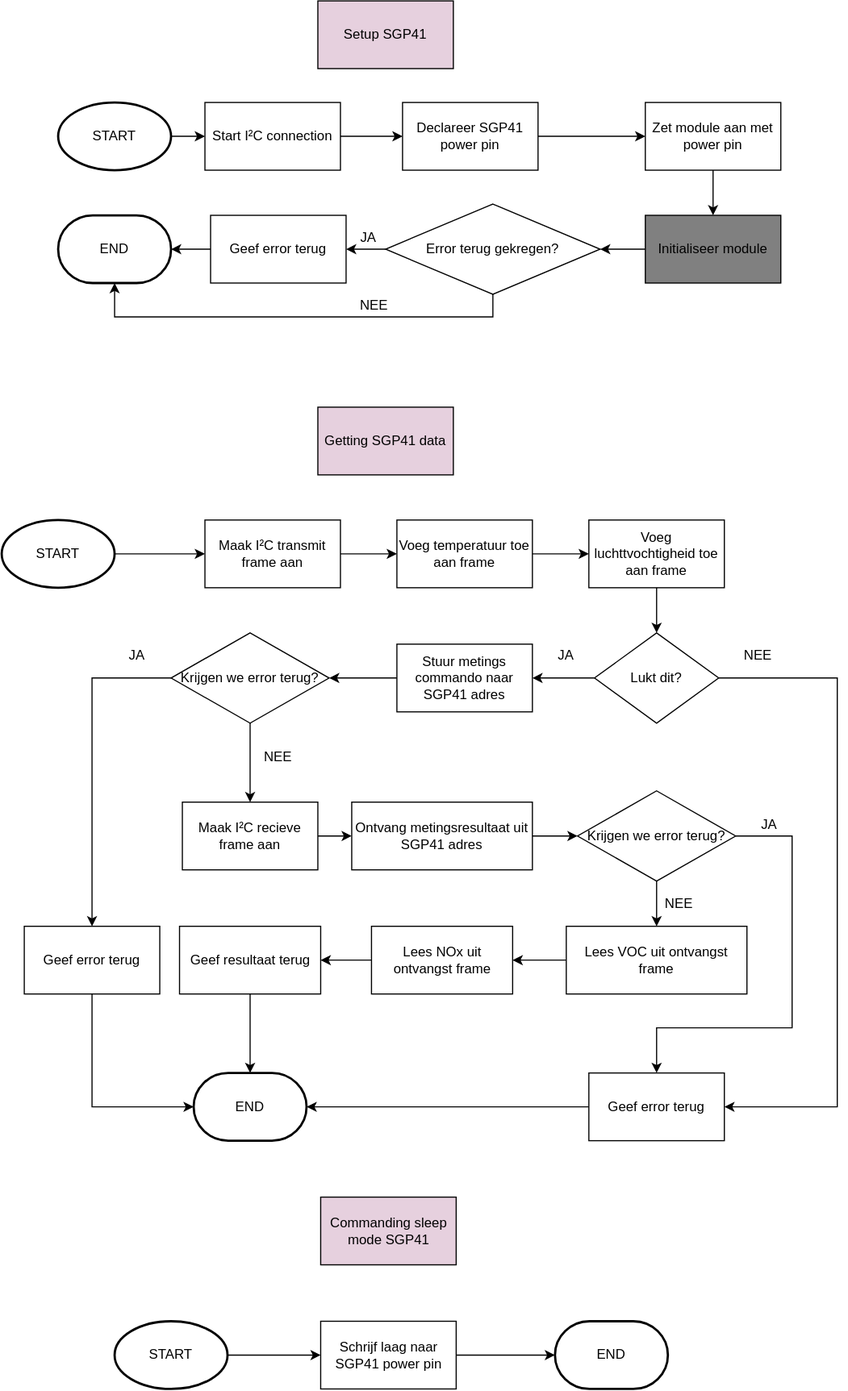
The draw.io diagram assets/FlowChart-SGP41-D-R4.svg in 747oli/Luchtkwaliteitssensor_analyse, before a commit. Source tidied: cells renumbered, new cells last; positions are measured from the earlier drawing's top-left corner, leaving out a move shared by most shapes.
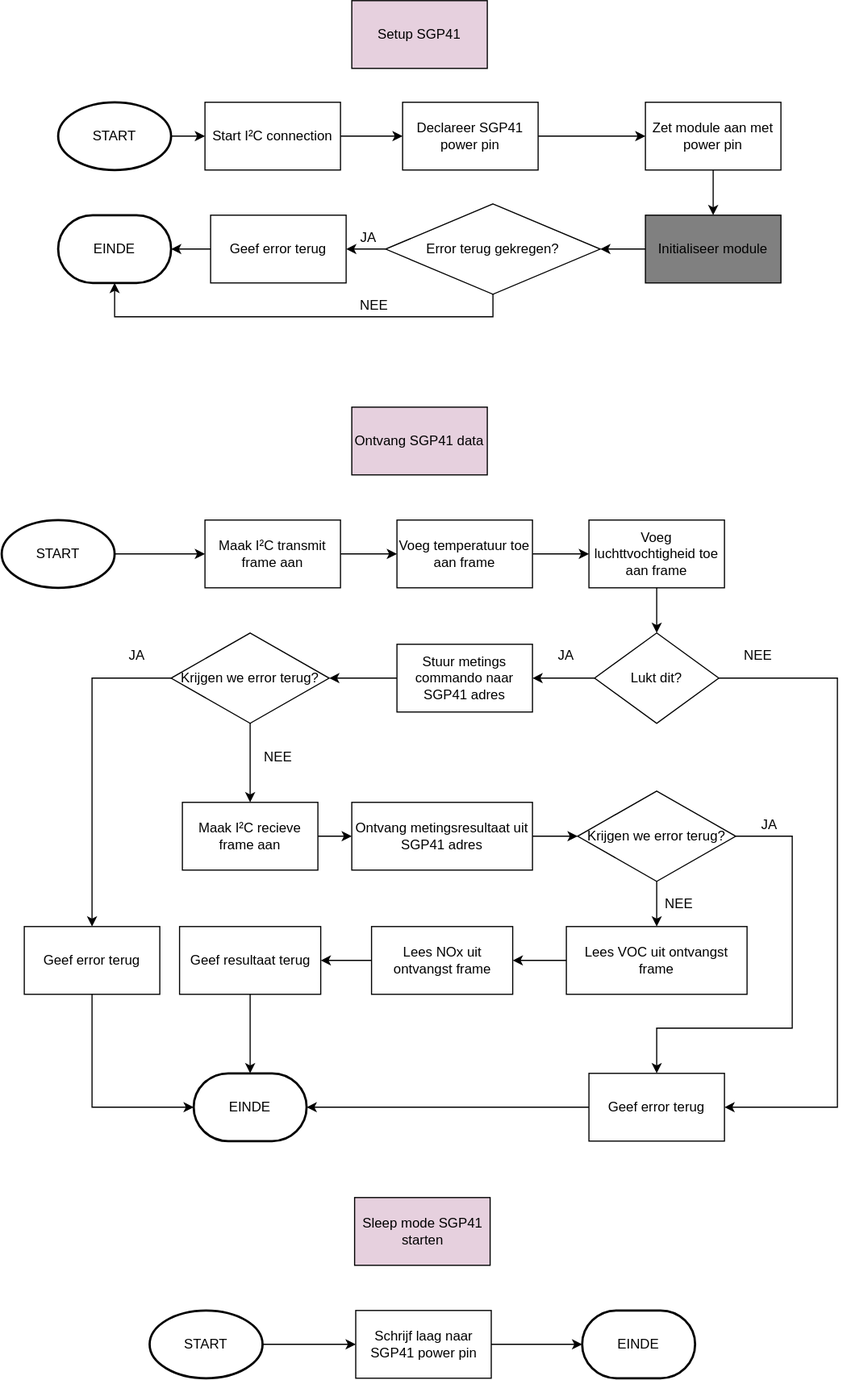
The same diagram one commit later.

The edit, as a diff of the source:
```diff
@@ -3,13 +3,13 @@
     <mxCell id="0" />
     <mxCell id="1" parent="0" />
     <mxCell id="2" value="Setup SGP41" style="rounded=0;whiteSpace=wrap;html=1;fillColor=#E6D0DE;" parent="1" vertex="1">
-      <mxGeometry x="280" width="120" height="60" as="geometry" />
+      <mxGeometry x="310" width="120" height="60" as="geometry" />
     </mxCell>
-    <mxCell id="3" value="Commanding sleep mode SGP41" style="rounded=0;whiteSpace=wrap;html=1;fillColor=#E6D0DE;" parent="1" vertex="1">
-      <mxGeometry x="282.5" y="1060" width="120" height="60" as="geometry" />
+    <mxCell id="3" value="Sleep mode SGP41 starten" style="rounded=0;whiteSpace=wrap;html=1;fillColor=#E6D0DE;" parent="1" vertex="1">
+      <mxGeometry x="312.5" y="1060" width="120" height="60" as="geometry" />
     </mxCell>
-    <mxCell id="4" value="Getting SGP41 data" style="rounded=0;whiteSpace=wrap;html=1;fillColor=#E6D0DE;" parent="1" vertex="1">
-      <mxGeometry x="280" y="360" width="120" height="60" as="geometry" />
+    <mxCell id="4" value="Ontvang SGP41 data" style="rounded=0;whiteSpace=wrap;html=1;fillColor=#E6D0DE;" parent="1" vertex="1">
+      <mxGeometry x="310" y="360" width="120" height="60" as="geometry" />
     </mxCell>
     <mxCell id="5" style="edgeStyle=orthogonalEdgeStyle;rounded=0;jettySize=auto;html=1;" parent="1" edge="1" source="6" target="9">
       <mxGeometry relative="1" as="geometry" />
@@ -26,7 +26,7 @@
     <mxCell id="9" value="Error terug gekregen?" style="rhombus;whiteSpace=wrap;html=1;strokeColor=#000000;fillColor=#FFFFFF;" parent="1" vertex="1">
       <mxGeometry x="340" y="180" width="190" height="80" as="geometry" />
     </mxCell>
-    <mxCell id="10" value="END" style="strokeWidth=2;html=1;shape=mxgraph.flowchart.terminator;whiteSpace=wrap;fillColor=#FFFFFF;" parent="1" vertex="1">
+    <mxCell id="10" value="EINDE" style="strokeWidth=2;html=1;shape=mxgraph.flowchart.terminator;whiteSpace=wrap;fillColor=#FFFFFF;" parent="1" vertex="1">
       <mxGeometry x="50" y="190" width="100" height="60" as="geometry" />
     </mxCell>
     <mxCell id="11" style="edgeStyle=orthogonalEdgeStyle;rounded=0;jettySize=auto;html=1;" parent="1" edge="1" source="12" target="10">
@@ -142,7 +142,7 @@
     <mxCell id="44" value="Lees VOC uit ontvangst frame" style="rounded=0;whiteSpace=wrap;html=1;strokeColor=#000000;fillColor=#FFFFFF;" parent="1" vertex="1">
       <mxGeometry x="500" y="820" width="160" height="60" as="geometry" />
     </mxCell>
-    <mxCell id="45" value="END" style="strokeWidth=2;html=1;shape=mxgraph.flowchart.terminator;whiteSpace=wrap;fillColor=#FFFFFF;" parent="1" vertex="1">
+    <mxCell id="45" value="EINDE" style="strokeWidth=2;html=1;shape=mxgraph.flowchart.terminator;whiteSpace=wrap;fillColor=#FFFFFF;" parent="1" vertex="1">
       <mxGeometry x="170" y="950" width="100" height="60" as="geometry" />
     </mxCell>
     <mxCell id="46" value="NEE" style="text;html=1;strokeColor=none;fillColor=none;align=center;verticalAlign=middle;whiteSpace=wrap;rounded=0;" parent="1" vertex="1">
@@ -200,16 +200,16 @@
       <mxGeometry relative="1" as="geometry" />
     </mxCell>
     <mxCell id="64" value="START" style="strokeWidth=2;html=1;shape=mxgraph.flowchart.start_1;whiteSpace=wrap;fillColor=#FFFFFF;" parent="1" vertex="1">
-      <mxGeometry x="100" y="1170" width="100" height="60" as="geometry" />
+      <mxGeometry x="131" y="1160" width="100" height="60" as="geometry" />
     </mxCell>
     <mxCell id="65" style="edgeStyle=orthogonalEdgeStyle;rounded=0;jettySize=auto;html=1;" parent="1" edge="1" source="66" target="67">
       <mxGeometry relative="1" as="geometry" />
     </mxCell>
     <mxCell id="66" value="Schrijf laag naar SGP41 power pin" style="rounded=0;whiteSpace=wrap;html=1;strokeColor=#000000;fillColor=#FFFFFF;" parent="1" vertex="1">
-      <mxGeometry x="282.5" y="1170" width="120" height="60" as="geometry" />
+      <mxGeometry x="313.5" y="1160" width="120" height="60" as="geometry" />
     </mxCell>
-    <mxCell id="67" value="END" style="strokeWidth=2;html=1;shape=mxgraph.flowchart.terminator;whiteSpace=wrap;fillColor=#FFFFFF;" parent="1" vertex="1">
-      <mxGeometry x="490" y="1170" width="100" height="60" as="geometry" />
+    <mxCell id="67" value="EINDE" style="strokeWidth=2;html=1;shape=mxgraph.flowchart.terminator;whiteSpace=wrap;fillColor=#FFFFFF;" parent="1" vertex="1">
+      <mxGeometry x="514" y="1160" width="100" height="60" as="geometry" />
     </mxCell>
   </root>
 </mxGraphModel>
```
